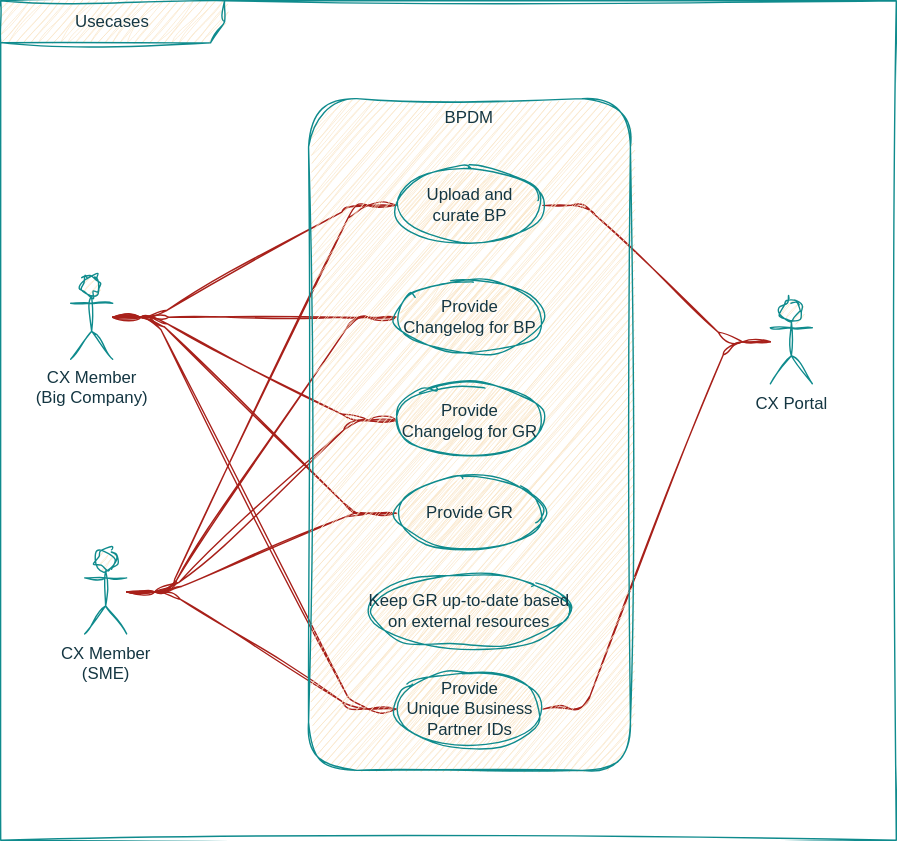
eclipse-tractusx/eclipse-tractusx.github.io keeps this draw.io diagram as static/img/usecase_diagram.drawio.svg. Above is the earlier version. Source tidied: cells renumbered, new cells last; positions are measured from the earlier drawing's top-left corner, leaving out a move shared by most shapes.
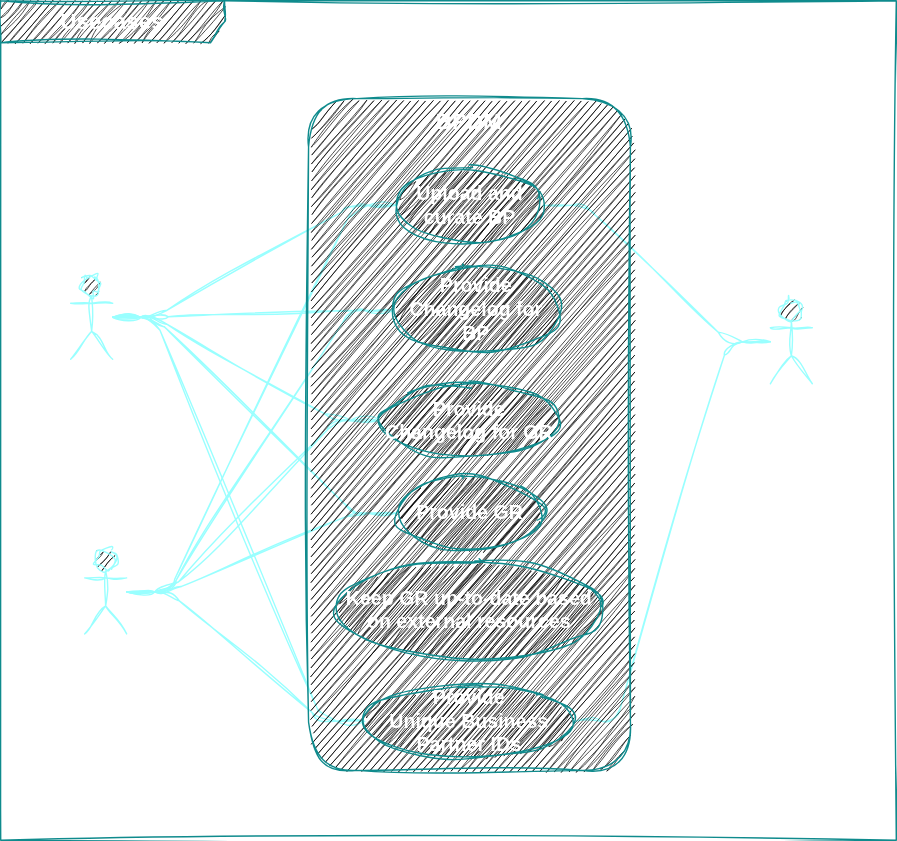
The same diagram one commit later.

Commit message:
docs(bpdm):modified images in Architecture view

Change to the diagram source:
```diff
@@ -2,74 +2,74 @@
   <root>
     <mxCell id="0" />
     <mxCell id="1" parent="0" />
-    <mxCell id="2" value="Usecases" style="shape=umlFrame;whiteSpace=wrap;html=1;width=160;rounded=1;sketch=1;curveFitting=1;jiggle=2;labelBackgroundColor=none;fillColor=#FAE5C7;strokeColor=#0F8B8D;fontColor=#143642;" parent="1" vertex="1">
+    <mxCell id="2" value="&lt;b&gt;&lt;font color=&quot;#ffffff&quot; style=&quot;font-size: 16px;&quot;&gt;Usecases&lt;/font&gt;&lt;/b&gt;" style="shape=umlFrame;whiteSpace=wrap;html=1;width=160;rounded=1;sketch=1;curveFitting=1;jiggle=2;labelBackgroundColor=none;fillColor=#000000;strokeColor=#0F8B8D;fontColor=#143642;" parent="1" vertex="1">
       <mxGeometry width="640" height="600" as="geometry" />
     </mxCell>
-    <mxCell id="3" style="shape=connector;rounded=1;sketch=1;hachureGap=4;jiggle=2;curveFitting=1;jettySize=auto;html=1;labelBackgroundColor=default;strokeColor=#A8201A;fontFamily=Architects Daughter;fontSource=https%3A%2F%2Ffonts.googleapis.com%2Fcss%3Ffamily%3DArchitects%2BDaughter;fontSize=16;fontColor=#143642;endArrow=none;fillColor=#FAE5C7;endFill=0;edgeStyle=entityRelationEdgeStyle;" parent="2" edge="1" source="8" target="19">
+    <mxCell id="3" style="shape=connector;rounded=1;sketch=1;hachureGap=4;jiggle=2;curveFitting=1;jettySize=auto;html=1;labelBackgroundColor=default;strokeColor=#99FFFF;fontFamily=Architects Daughter;fontSource=https%3A%2F%2Ffonts.googleapis.com%2Fcss%3Ffamily%3DArchitects%2BDaughter;fontSize=16;fontColor=#143642;endArrow=none;fillColor=#FAE5C7;endFill=0;edgeStyle=entityRelationEdgeStyle;" parent="2" edge="1" source="8" target="19">
       <mxGeometry relative="1" as="geometry" />
     </mxCell>
-    <mxCell id="4" style="shape=connector;rounded=1;sketch=1;hachureGap=4;jiggle=2;curveFitting=1;jettySize=auto;html=1;labelBackgroundColor=default;strokeColor=#A8201A;fontFamily=Architects Daughter;fontSource=https%3A%2F%2Ffonts.googleapis.com%2Fcss%3Ffamily%3DArchitects%2BDaughter;fontSize=16;fontColor=#143642;endArrow=none;endFill=0;fillColor=#FAE5C7;edgeStyle=entityRelationEdgeStyle;" parent="2" edge="1" source="8" target="20">
+    <mxCell id="4" style="shape=connector;rounded=1;sketch=1;hachureGap=4;jiggle=2;curveFitting=1;jettySize=auto;html=1;labelBackgroundColor=default;strokeColor=#99FFFF;fontFamily=Architects Daughter;fontSource=https%3A%2F%2Ffonts.googleapis.com%2Fcss%3Ffamily%3DArchitects%2BDaughter;fontSize=16;fontColor=#143642;endArrow=none;endFill=0;fillColor=#FAE5C7;edgeStyle=entityRelationEdgeStyle;" parent="2" edge="1" source="8" target="20">
       <mxGeometry relative="1" as="geometry" />
     </mxCell>
-    <mxCell id="5" style="shape=connector;rounded=1;sketch=1;hachureGap=4;jiggle=2;curveFitting=1;jettySize=auto;html=1;labelBackgroundColor=default;strokeColor=#A8201A;fontFamily=Architects Daughter;fontSource=https%3A%2F%2Ffonts.googleapis.com%2Fcss%3Ffamily%3DArchitects%2BDaughter;fontSize=16;fontColor=#143642;endArrow=none;endFill=0;fillColor=#FAE5C7;edgeStyle=entityRelationEdgeStyle;" parent="2" edge="1" source="8" target="21">
+    <mxCell id="5" style="shape=connector;rounded=1;sketch=1;hachureGap=4;jiggle=2;curveFitting=1;jettySize=auto;html=1;labelBackgroundColor=default;strokeColor=#99FFFF;fontFamily=Architects Daughter;fontSource=https%3A%2F%2Ffonts.googleapis.com%2Fcss%3Ffamily%3DArchitects%2BDaughter;fontSize=16;fontColor=#143642;endArrow=none;endFill=0;fillColor=#FAE5C7;edgeStyle=entityRelationEdgeStyle;" parent="2" edge="1" source="8" target="21">
       <mxGeometry relative="1" as="geometry" />
     </mxCell>
-    <mxCell id="6" style="shape=connector;rounded=1;sketch=1;hachureGap=4;jiggle=2;curveFitting=1;jettySize=auto;html=1;labelBackgroundColor=default;strokeColor=#A8201A;fontFamily=Architects Daughter;fontSource=https%3A%2F%2Ffonts.googleapis.com%2Fcss%3Ffamily%3DArchitects%2BDaughter;fontSize=16;fontColor=#143642;endArrow=none;endFill=0;fillColor=#FAE5C7;edgeStyle=entityRelationEdgeStyle;" parent="2" edge="1" source="8" target="22">
+    <mxCell id="6" style="shape=connector;rounded=1;sketch=1;hachureGap=4;jiggle=2;curveFitting=1;jettySize=auto;html=1;labelBackgroundColor=default;strokeColor=#99FFFF;fontFamily=Architects Daughter;fontSource=https%3A%2F%2Ffonts.googleapis.com%2Fcss%3Ffamily%3DArchitects%2BDaughter;fontSize=16;fontColor=#143642;endArrow=none;endFill=0;fillColor=#FAE5C7;edgeStyle=entityRelationEdgeStyle;" parent="2" edge="1" source="8" target="22">
       <mxGeometry relative="1" as="geometry" />
     </mxCell>
-    <mxCell id="7" style="shape=connector;rounded=1;sketch=1;hachureGap=4;jiggle=2;curveFitting=1;jettySize=auto;html=1;labelBackgroundColor=default;strokeColor=#A8201A;fontFamily=Architects Daughter;fontSource=https%3A%2F%2Ffonts.googleapis.com%2Fcss%3Ffamily%3DArchitects%2BDaughter;fontSize=16;fontColor=#143642;endArrow=none;endFill=0;fillColor=#FAE5C7;edgeStyle=entityRelationEdgeStyle;" parent="2" edge="1" source="8" target="23">
+    <mxCell id="7" style="shape=connector;rounded=1;sketch=1;hachureGap=4;jiggle=2;curveFitting=1;jettySize=auto;html=1;labelBackgroundColor=default;strokeColor=#99FFFF;fontFamily=Architects Daughter;fontSource=https%3A%2F%2Ffonts.googleapis.com%2Fcss%3Ffamily%3DArchitects%2BDaughter;fontSize=16;fontColor=#143642;endArrow=none;endFill=0;fillColor=#FAE5C7;edgeStyle=entityRelationEdgeStyle;" parent="2" edge="1" source="8" target="23">
       <mxGeometry relative="1" as="geometry" />
     </mxCell>
-    <mxCell id="8" value="CX Member&lt;br&gt;(Big Company)" style="shape=umlActor;verticalLabelPosition=bottom;verticalAlign=top;html=1;rounded=1;sketch=1;curveFitting=1;jiggle=2;labelBackgroundColor=none;fillColor=#FAE5C7;strokeColor=#0F8B8D;fontColor=#143642;" parent="2" vertex="1">
+    <mxCell id="8" value="&lt;font color=&quot;#ffffff&quot; style=&quot;font-size: 16px;&quot;&gt;&lt;b&gt;CX Member&lt;br&gt;(Big Company)&lt;/b&gt;&lt;/font&gt;" style="shape=umlActor;verticalLabelPosition=bottom;verticalAlign=top;html=1;rounded=1;sketch=1;curveFitting=1;jiggle=2;labelBackgroundColor=none;fillColor=#000000;strokeColor=#99FFFF;fontColor=#143642;" parent="2" vertex="1">
       <mxGeometry x="50" y="196.2" width="30" height="60" as="geometry" />
     </mxCell>
-    <mxCell id="9" style="shape=connector;rounded=1;sketch=1;hachureGap=4;jiggle=2;curveFitting=1;jettySize=auto;html=1;labelBackgroundColor=default;strokeColor=#A8201A;fontFamily=Architects Daughter;fontSource=https%3A%2F%2Ffonts.googleapis.com%2Fcss%3Ffamily%3DArchitects%2BDaughter;fontSize=16;fontColor=#143642;endArrow=none;endFill=0;fillColor=#FAE5C7;edgeStyle=entityRelationEdgeStyle;" parent="2" edge="1" source="14" target="19">
+    <mxCell id="9" style="shape=connector;rounded=1;sketch=1;hachureGap=4;jiggle=2;curveFitting=1;jettySize=auto;html=1;labelBackgroundColor=default;strokeColor=#99FFFF;fontFamily=Architects Daughter;fontSource=https%3A%2F%2Ffonts.googleapis.com%2Fcss%3Ffamily%3DArchitects%2BDaughter;fontSize=16;fontColor=#143642;endArrow=none;endFill=0;fillColor=#FAE5C7;edgeStyle=entityRelationEdgeStyle;" parent="2" edge="1" source="14" target="19">
       <mxGeometry relative="1" as="geometry" />
     </mxCell>
-    <mxCell id="10" style="shape=connector;rounded=1;sketch=1;hachureGap=4;jiggle=2;curveFitting=1;jettySize=auto;html=1;labelBackgroundColor=default;strokeColor=#A8201A;fontFamily=Architects Daughter;fontSource=https%3A%2F%2Ffonts.googleapis.com%2Fcss%3Ffamily%3DArchitects%2BDaughter;fontSize=16;fontColor=#143642;endArrow=none;endFill=0;fillColor=#FAE5C7;edgeStyle=entityRelationEdgeStyle;" parent="2" edge="1" source="14" target="20">
+    <mxCell id="10" style="shape=connector;rounded=1;sketch=1;hachureGap=4;jiggle=2;curveFitting=1;jettySize=auto;html=1;labelBackgroundColor=default;strokeColor=#99FFFF;fontFamily=Architects Daughter;fontSource=https%3A%2F%2Ffonts.googleapis.com%2Fcss%3Ffamily%3DArchitects%2BDaughter;fontSize=16;fontColor=#143642;endArrow=none;endFill=0;fillColor=#FAE5C7;edgeStyle=entityRelationEdgeStyle;" parent="2" edge="1" source="14" target="20">
       <mxGeometry relative="1" as="geometry" />
     </mxCell>
-    <mxCell id="11" style="shape=connector;rounded=1;sketch=1;hachureGap=4;jiggle=2;curveFitting=1;jettySize=auto;html=1;labelBackgroundColor=default;strokeColor=#A8201A;fontFamily=Architects Daughter;fontSource=https%3A%2F%2Ffonts.googleapis.com%2Fcss%3Ffamily%3DArchitects%2BDaughter;fontSize=16;fontColor=#143642;endArrow=none;endFill=0;fillColor=#FAE5C7;edgeStyle=entityRelationEdgeStyle;" parent="2" edge="1" source="14" target="21">
+    <mxCell id="11" style="shape=connector;rounded=1;sketch=1;hachureGap=4;jiggle=2;curveFitting=1;jettySize=auto;html=1;labelBackgroundColor=default;strokeColor=#99FFFF;fontFamily=Architects Daughter;fontSource=https%3A%2F%2Ffonts.googleapis.com%2Fcss%3Ffamily%3DArchitects%2BDaughter;fontSize=16;fontColor=#143642;endArrow=none;endFill=0;fillColor=#FAE5C7;edgeStyle=entityRelationEdgeStyle;" parent="2" edge="1" source="14" target="21">
       <mxGeometry relative="1" as="geometry" />
     </mxCell>
-    <mxCell id="12" style="shape=connector;rounded=1;sketch=1;hachureGap=4;jiggle=2;curveFitting=1;jettySize=auto;html=1;labelBackgroundColor=default;strokeColor=#A8201A;fontFamily=Architects Daughter;fontSource=https%3A%2F%2Ffonts.googleapis.com%2Fcss%3Ffamily%3DArchitects%2BDaughter;fontSize=16;fontColor=#143642;endArrow=none;endFill=0;fillColor=#FAE5C7;edgeStyle=entityRelationEdgeStyle;" parent="2" edge="1" source="14" target="22">
+    <mxCell id="12" style="shape=connector;rounded=1;sketch=1;hachureGap=4;jiggle=2;curveFitting=1;jettySize=auto;html=1;labelBackgroundColor=default;strokeColor=#99FFFF;fontFamily=Architects Daughter;fontSource=https%3A%2F%2Ffonts.googleapis.com%2Fcss%3Ffamily%3DArchitects%2BDaughter;fontSize=16;fontColor=#143642;endArrow=none;endFill=0;fillColor=#FAE5C7;edgeStyle=entityRelationEdgeStyle;" parent="2" edge="1" source="14" target="22">
       <mxGeometry relative="1" as="geometry" />
     </mxCell>
-    <mxCell id="13" style="shape=connector;rounded=1;sketch=1;hachureGap=4;jiggle=2;curveFitting=1;jettySize=auto;html=1;labelBackgroundColor=default;strokeColor=#A8201A;fontFamily=Architects Daughter;fontSource=https%3A%2F%2Ffonts.googleapis.com%2Fcss%3Ffamily%3DArchitects%2BDaughter;fontSize=16;fontColor=#143642;endArrow=none;endFill=0;fillColor=#FAE5C7;edgeStyle=entityRelationEdgeStyle;" parent="2" edge="1" source="14" target="23">
+    <mxCell id="13" style="shape=connector;rounded=1;sketch=1;hachureGap=4;jiggle=2;curveFitting=1;jettySize=auto;html=1;labelBackgroundColor=default;strokeColor=#99FFFF;fontFamily=Architects Daughter;fontSource=https%3A%2F%2Ffonts.googleapis.com%2Fcss%3Ffamily%3DArchitects%2BDaughter;fontSize=16;fontColor=#143642;endArrow=none;endFill=0;fillColor=#FAE5C7;edgeStyle=entityRelationEdgeStyle;" parent="2" edge="1" source="14" target="23">
       <mxGeometry relative="1" as="geometry" />
     </mxCell>
-    <mxCell id="14" value="CX Member&lt;br&gt;(SME)" style="shape=umlActor;verticalLabelPosition=bottom;verticalAlign=top;html=1;rounded=1;sketch=1;curveFitting=1;jiggle=2;labelBackgroundColor=none;fillColor=#FAE5C7;strokeColor=#0F8B8D;fontColor=#143642;" parent="2" vertex="1">
+    <mxCell id="14" value="&lt;b style=&quot;font-size: 16px;&quot;&gt;&lt;font color=&quot;#ffffff&quot;&gt;CX Member&lt;br&gt;(SME)&lt;/font&gt;&lt;/b&gt;" style="shape=umlActor;verticalLabelPosition=bottom;verticalAlign=top;html=1;rounded=1;sketch=1;curveFitting=1;jiggle=2;labelBackgroundColor=none;fillColor=#000000;strokeColor=#99FFFF;fontColor=#143642;" parent="2" vertex="1">
       <mxGeometry x="60" y="392.5" width="30" height="60" as="geometry" />
     </mxCell>
-    <mxCell id="15" style="shape=connector;rounded=1;sketch=1;hachureGap=4;jiggle=2;curveFitting=1;jettySize=auto;html=1;labelBackgroundColor=default;strokeColor=#A8201A;fontFamily=Architects Daughter;fontSource=https%3A%2F%2Ffonts.googleapis.com%2Fcss%3Ffamily%3DArchitects%2BDaughter;fontSize=16;fontColor=#143642;endArrow=none;endFill=0;fillColor=#FAE5C7;edgeStyle=entityRelationEdgeStyle;" parent="2" edge="1" source="17" target="19">
+    <mxCell id="15" style="shape=connector;rounded=1;sketch=1;hachureGap=4;jiggle=2;curveFitting=1;jettySize=auto;html=1;labelBackgroundColor=default;strokeColor=#99FFFF;fontFamily=Architects Daughter;fontSource=https%3A%2F%2Ffonts.googleapis.com%2Fcss%3Ffamily%3DArchitects%2BDaughter;fontSize=16;fontColor=#143642;endArrow=none;endFill=0;fillColor=#FAE5C7;edgeStyle=entityRelationEdgeStyle;" parent="2" edge="1" source="17" target="19">
       <mxGeometry relative="1" as="geometry" />
     </mxCell>
-    <mxCell id="16" style="shape=connector;rounded=1;sketch=1;hachureGap=4;jiggle=2;curveFitting=1;jettySize=auto;html=1;labelBackgroundColor=default;strokeColor=#A8201A;fontFamily=Architects Daughter;fontSource=https%3A%2F%2Ffonts.googleapis.com%2Fcss%3Ffamily%3DArchitects%2BDaughter;fontSize=16;fontColor=#143642;endArrow=none;endFill=0;fillColor=#FAE5C7;edgeStyle=entityRelationEdgeStyle;" parent="2" edge="1" source="17" target="23">
+    <mxCell id="16" style="shape=connector;rounded=1;sketch=1;hachureGap=4;jiggle=2;curveFitting=1;jettySize=auto;html=1;labelBackgroundColor=default;strokeColor=#99FFFF;fontFamily=Architects Daughter;fontSource=https%3A%2F%2Ffonts.googleapis.com%2Fcss%3Ffamily%3DArchitects%2BDaughter;fontSize=16;fontColor=#143642;endArrow=none;endFill=0;fillColor=#FAE5C7;edgeStyle=entityRelationEdgeStyle;" parent="2" edge="1" source="17" target="23">
       <mxGeometry relative="1" as="geometry" />
     </mxCell>
-    <mxCell id="17" value="CX Portal" style="shape=umlActor;verticalLabelPosition=bottom;verticalAlign=top;html=1;rounded=1;sketch=1;curveFitting=1;jiggle=2;labelBackgroundColor=none;fillColor=#FAE5C7;strokeColor=#0F8B8D;fontColor=#143642;" parent="2" vertex="1">
+    <mxCell id="17" value="&lt;b&gt;&lt;font color=&quot;#ffffff&quot; style=&quot;font-size: 16px;&quot;&gt;CX Portal&lt;/font&gt;&lt;/b&gt;" style="shape=umlActor;verticalLabelPosition=bottom;verticalAlign=top;html=1;rounded=1;sketch=1;curveFitting=1;jiggle=2;labelBackgroundColor=none;fillColor=#000000;strokeColor=#99FFFF;fontColor=#143642;" parent="2" vertex="1">
       <mxGeometry x="550" y="213.8" width="30" height="60" as="geometry" />
     </mxCell>
-    <mxCell id="18" value="BPDM" style="html=1;whiteSpace=wrap;verticalAlign=top;rounded=1;sketch=1;curveFitting=1;jiggle=2;labelBackgroundColor=none;fillColor=#FAE5C7;strokeColor=#0F8B8D;fontColor=#143642;" parent="2" vertex="1">
+    <mxCell id="18" value="&lt;b&gt;&lt;font color=&quot;#ffffff&quot; style=&quot;font-size: 16px;&quot;&gt;BPDM&lt;/font&gt;&lt;/b&gt;" style="html=1;whiteSpace=wrap;verticalAlign=top;rounded=1;sketch=1;curveFitting=1;jiggle=2;labelBackgroundColor=none;fillColor=#000000;strokeColor=#0F8B8D;fontColor=#143642;" parent="2" vertex="1">
       <mxGeometry x="220" y="70" width="230" height="480" as="geometry" />
     </mxCell>
-    <mxCell id="19" value="Upload and &lt;br&gt;curate BP" style="ellipse;html=1;whiteSpace=wrap;rounded=1;sketch=1;curveFitting=1;jiggle=2;labelBackgroundColor=none;fillColor=#FAE5C7;strokeColor=#0F8B8D;fontColor=#143642;" parent="2" vertex="1">
+    <mxCell id="19" value="&lt;b style=&quot;font-size: 14px;&quot;&gt;&lt;font style=&quot;font-size: 14px;&quot; color=&quot;#ffffff&quot;&gt;Upload and &lt;br&gt;curate BP&lt;/font&gt;&lt;/b&gt;" style="ellipse;html=1;whiteSpace=wrap;rounded=1;sketch=1;curveFitting=1;jiggle=2;labelBackgroundColor=none;fillColor=#000000;strokeColor=#0F8B8D;fontColor=#143642;" parent="2" vertex="1">
       <mxGeometry x="282.5" y="120" width="105" height="52.5" as="geometry" />
     </mxCell>
-    <mxCell id="20" value="Provide &lt;br&gt;Changelog for BP" style="ellipse;html=1;whiteSpace=wrap;rounded=1;sketch=1;curveFitting=1;jiggle=2;labelBackgroundColor=none;fillColor=#FAE5C7;strokeColor=#0F8B8D;fontColor=#143642;" parent="2" vertex="1">
-      <mxGeometry x="282.5" y="200" width="105" height="52.5" as="geometry" />
+    <mxCell id="20" value="&lt;b style=&quot;font-size: 14px;&quot;&gt;&lt;font style=&quot;font-size: 14px;&quot; color=&quot;#ffffff&quot;&gt;Provide &lt;br&gt;Changelog for BP&lt;/font&gt;&lt;/b&gt;" style="ellipse;html=1;whiteSpace=wrap;rounded=1;sketch=1;curveFitting=1;jiggle=2;labelBackgroundColor=none;fillColor=#000000;strokeColor=#0F8B8D;fontColor=#143642;" parent="2" vertex="1">
+      <mxGeometry x="280" y="190" width="120" height="62.5" as="geometry" />
     </mxCell>
-    <mxCell id="21" value="Provide &lt;br&gt;Changelog for GR" style="ellipse;html=1;whiteSpace=wrap;rounded=1;sketch=1;curveFitting=1;jiggle=2;labelBackgroundColor=none;fillColor=#FAE5C7;strokeColor=#0F8B8D;fontColor=#143642;" parent="2" vertex="1">
-      <mxGeometry x="282.5" y="273.8" width="105" height="52.5" as="geometry" />
+    <mxCell id="21" value="&lt;b style=&quot;font-size: 14px;&quot;&gt;&lt;font style=&quot;font-size: 14px;&quot; color=&quot;#ffffff&quot;&gt;Provide &lt;br&gt;Changelog for GR&lt;/font&gt;&lt;/b&gt;" style="ellipse;html=1;whiteSpace=wrap;rounded=1;sketch=1;curveFitting=1;jiggle=2;labelBackgroundColor=none;fillColor=#000000;strokeColor=#0F8B8D;fontColor=#143642;" parent="2" vertex="1">
+      <mxGeometry x="270" y="273.8" width="130" height="52.5" as="geometry" />
     </mxCell>
-    <mxCell id="22" value="Provide GR" style="ellipse;html=1;whiteSpace=wrap;rounded=1;sketch=1;curveFitting=1;jiggle=2;labelBackgroundColor=none;fillColor=#FAE5C7;strokeColor=#0F8B8D;fontColor=#143642;" parent="2" vertex="1">
+    <mxCell id="22" value="&lt;b&gt;&lt;font color=&quot;#ffffff&quot; style=&quot;font-size: 14px;&quot;&gt;Provide GR&lt;/font&gt;&lt;/b&gt;" style="ellipse;html=1;whiteSpace=wrap;rounded=1;sketch=1;curveFitting=1;jiggle=2;labelBackgroundColor=none;fillColor=#000000;strokeColor=#0F8B8D;fontColor=#143642;" parent="2" vertex="1">
       <mxGeometry x="282.5" y="340" width="105" height="52.5" as="geometry" />
     </mxCell>
-    <mxCell id="23" value="Provide &lt;br&gt;Unique Business Partner IDs" style="ellipse;html=1;whiteSpace=wrap;rounded=1;sketch=1;curveFitting=1;jiggle=2;labelBackgroundColor=none;fillColor=#FAE5C7;strokeColor=#0F8B8D;fontColor=#143642;" parent="2" vertex="1">
-      <mxGeometry x="282.5" y="480" width="105" height="52.5" as="geometry" />
+    <mxCell id="23" value="&lt;font color=&quot;#ffffff&quot; style=&quot;font-size: 14px;&quot;&gt;&lt;b&gt;Provide &lt;br&gt;Unique Business Partner IDs&lt;/b&gt;&lt;/font&gt;" style="ellipse;html=1;whiteSpace=wrap;rounded=1;sketch=1;curveFitting=1;jiggle=2;labelBackgroundColor=none;fillColor=#000000;strokeColor=#0F8B8D;fontColor=#143642;" parent="2" vertex="1">
+      <mxGeometry x="260" y="490" width="150" height="50" as="geometry" />
     </mxCell>
-    <mxCell id="24" value="Keep GR up-to-date based on external resources" style="ellipse;html=1;whiteSpace=wrap;rounded=1;sketch=1;curveFitting=1;jiggle=2;labelBackgroundColor=none;fillColor=#FAE5C7;strokeColor=#0F8B8D;fontColor=#143642;" parent="2" vertex="1">
-      <mxGeometry x="261.2" y="410" width="147.5" height="52.5" as="geometry" />
+    <mxCell id="24" value="&lt;font color=&quot;#ffffff&quot; size=&quot;1&quot; style=&quot;&quot;&gt;&lt;b style=&quot;font-size: 14px;&quot;&gt;Keep GR up-to-date based on external resources&lt;/b&gt;&lt;/font&gt;" style="ellipse;html=1;whiteSpace=wrap;rounded=1;sketch=1;curveFitting=1;jiggle=2;labelBackgroundColor=none;fillColor=#000000;strokeColor=#0F8B8D;fontColor=#143642;" parent="2" vertex="1">
+      <mxGeometry x="240" y="400" width="190" height="70" as="geometry" />
     </mxCell>
   </root>
 </mxGraphModel>
```
